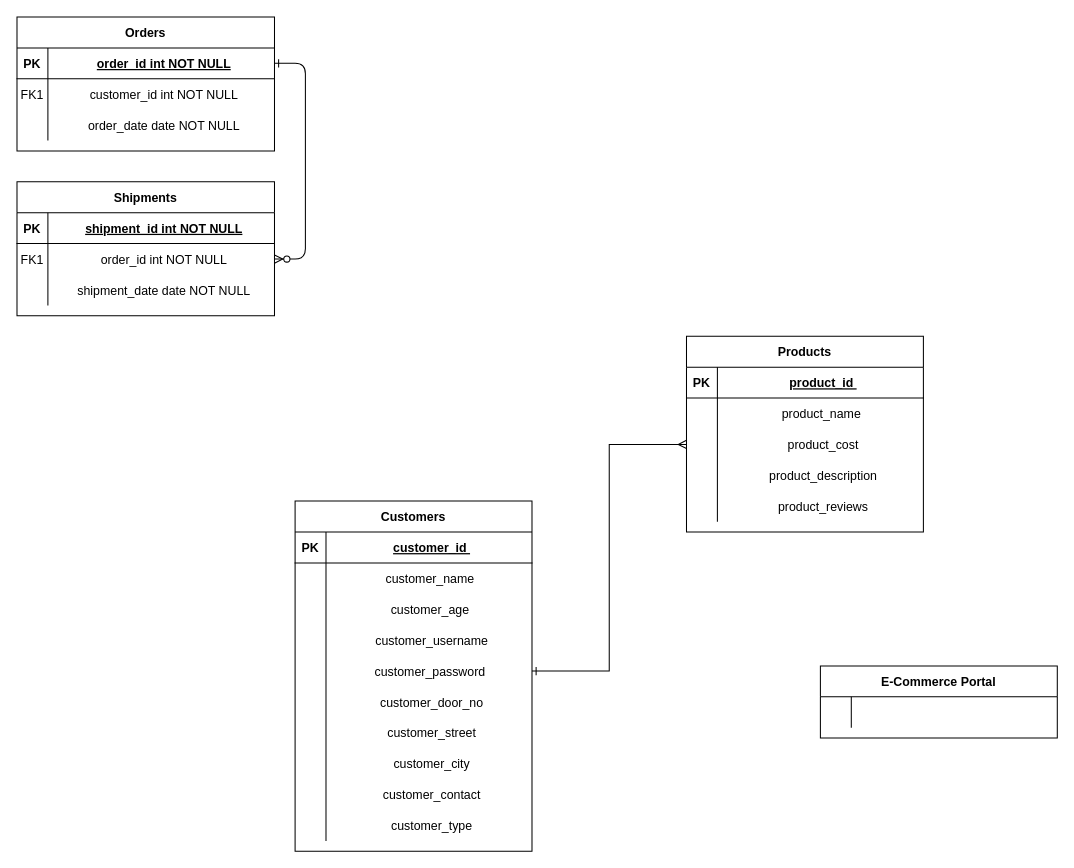
Before: ECommERT.drawio in adithkrishnan98/ECommerce-Java, a draw.io diagram. Source tidied: cells renumbered, new cells numbered last; positions are measured from the earlier drawing's top-left corner, leaving out a move shared by most shapes. Both pictures are drawn from the tidied source at 103%, with x=0, y=0 at pixel (16, 16).
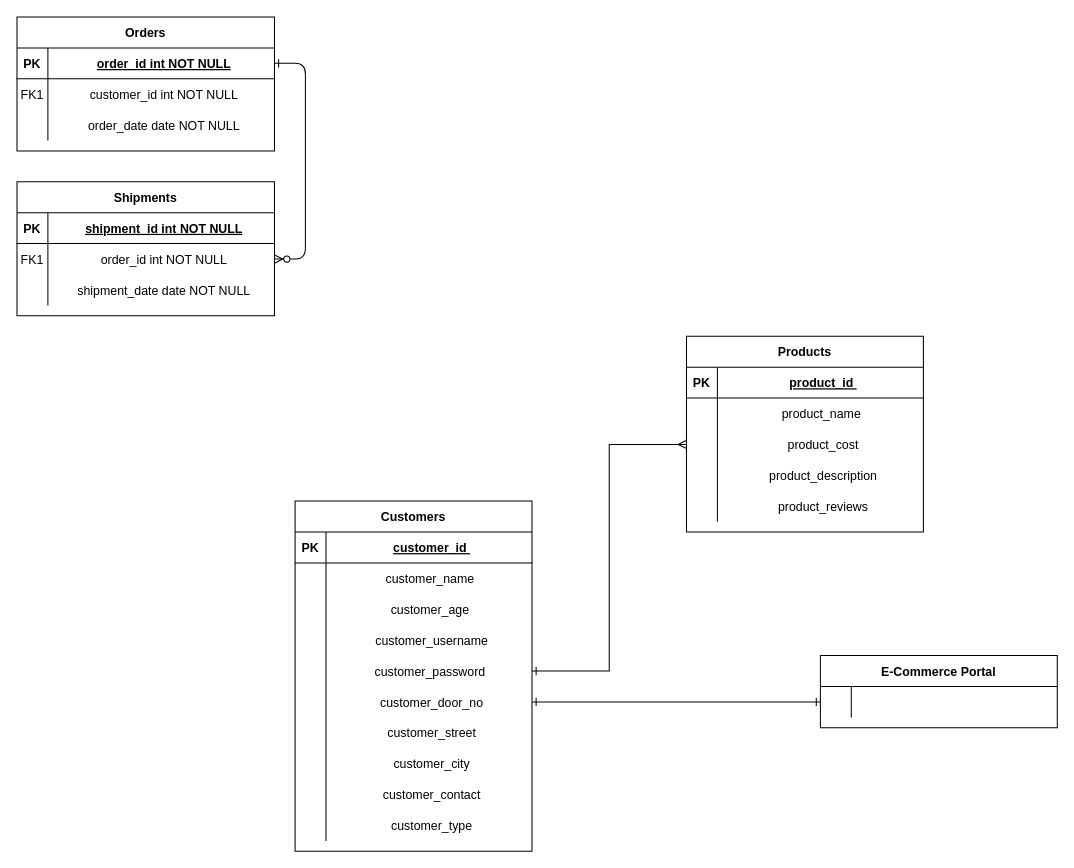
After the change.

The change refers to these unchanged cells:
```xml
<mxCell id="39" style="shape=partialRectangle;fillColor=none;points=[[0,0.5],[1,0.5]];portConstraint=eastwest;top=0;left=0;right=0;bottom=0;align=center;" parent="23" vertex="1">
  <mxGeometry y="180" width="230" height="30" as="geometry" />
</mxCell>
<mxCell id="73" style="shape=partialRectangle;fillColor=none;points=[[0,0.5],[1,0.5]];portConstraint=eastwest;top=0;left=0;right=0;bottom=0;align=center;" parent="72" vertex="1">
  <mxGeometry y="30" width="230" height="30" as="geometry" />
</mxCell>
```

The edit, as a diff of the source:
```diff
@@
     <mxCell id="72" value="E-Commerce Portal" style="shape=table;startSize=30;childLayout=tableLayout;rowLines=0;fontStyle=1;align=center;" parent="1" vertex="1">
-      <mxGeometry x="780" y="630" width="230" height="70" as="geometry" />
+      <mxGeometry x="780" y="620" width="230" height="70" as="geometry" />
     </mxCell>
@@
+    <mxCell id="78" style="edgeStyle=orthogonalEdgeStyle;rounded=0;jettySize=auto;html=1;entryX=0;entryY=0.5;entryDx=0;entryDy=0;startArrow=ERone;startFill=0;endArrow=ERone;endFill=0;align=center;" parent="1" edge="1" source="39" target="73">
+      <mxGeometry relative="1" as="geometry" />
+    </mxCell>
```
